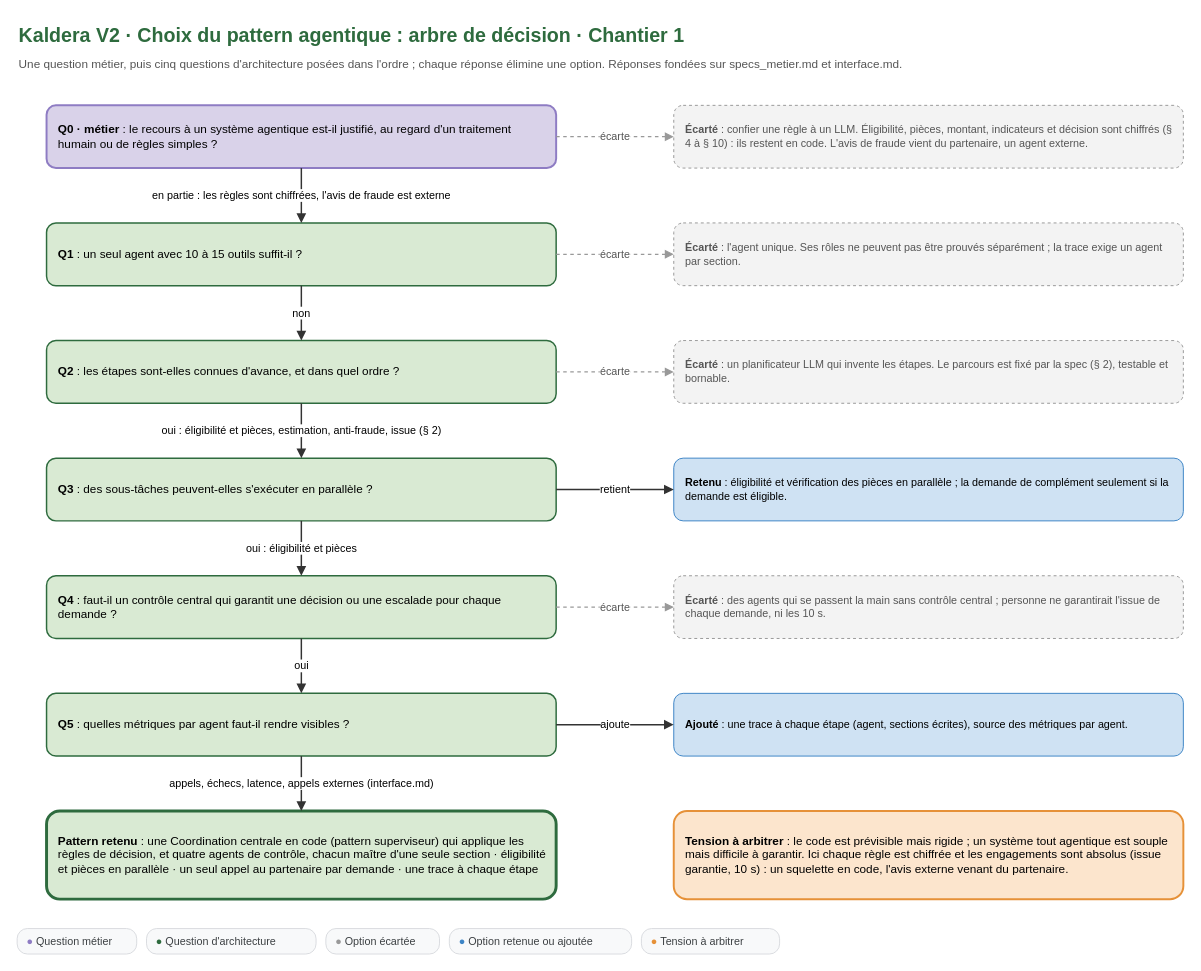
Above: conception/schemas/schema-0-arbre-de-decision.drawio in Ganda15/kaldera-bout-en-bout_v2 (draw.io), before the change. Source tidied: cells renumbered, new cells numbered last; positions are measured from the earlier drawing's top-left corner, leaving out a move shared by most shapes. Both pictures are drawn from the tidied source at 98%, with x=0, y=0 at pixel (17, 17).
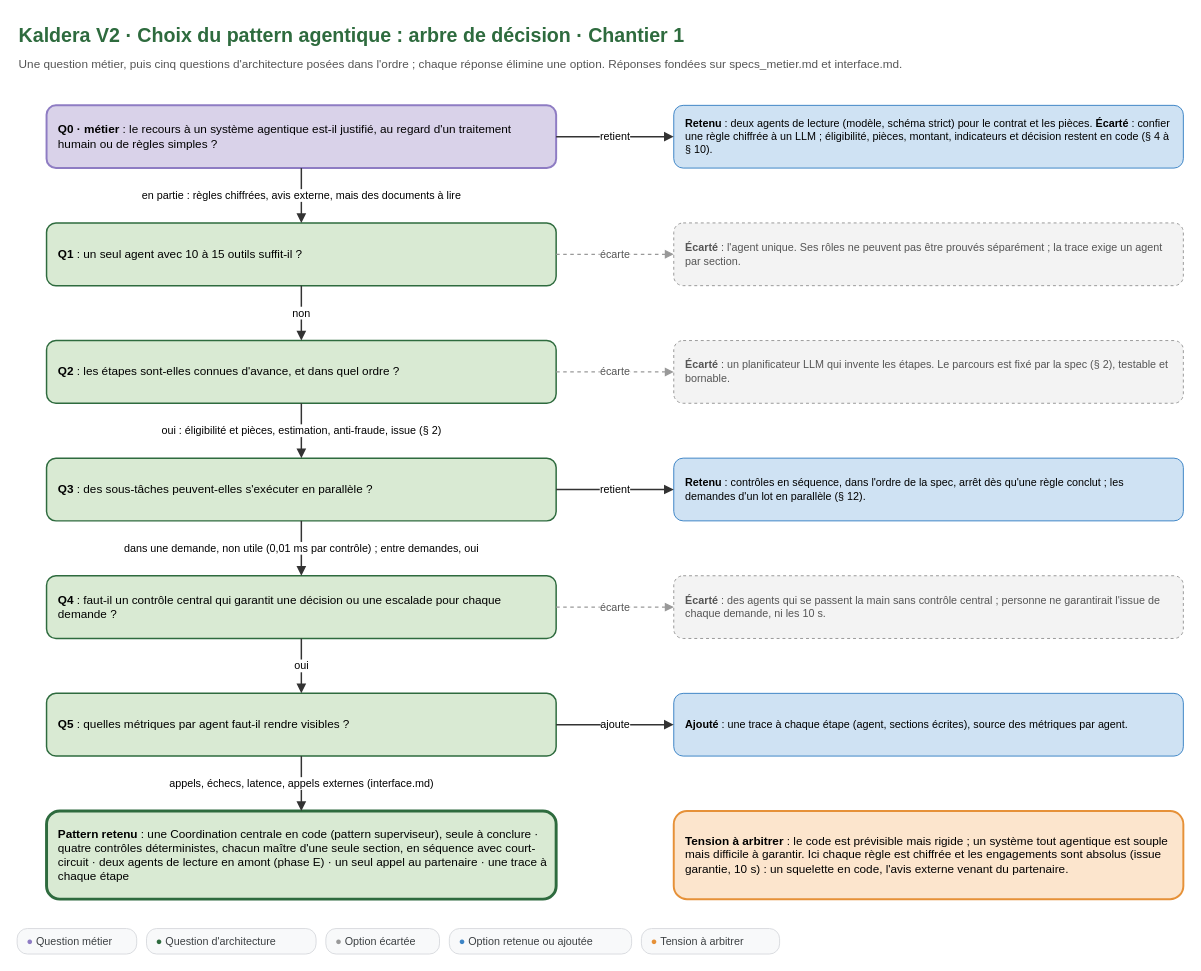
After the change.

Commit message (it also covers changes not shown here):
docs(conception): schemas 0, 2, A et E alignes sur le code, entree 4 du journal des ajustements

Unchanged cells that the change refers to:
```xml
<mxCell id="4" value="&lt;b&gt;Q0 · métier&lt;/b&gt; : le recours à un système agentique est-il justifié, au regard d'un traitement humain ou de règles simples ?" style="whiteSpace=wrap;html=1;fontFamily=Arial;fontSize=12;align=left;spacingLeft=10;spacingRight=8;verticalAlign=top;spacingTop=6;verticalAlign=middle;spacingTop=0;rounded=1;fillColor=#d9d2e9;strokeColor=#8e7cc3;strokeWidth=2;" parent="1" vertex="1">
  <mxGeometry x="30" y="90" width="520" height="64" as="geometry" />
</mxCell>
<mxCell id="7" value="&lt;b&gt;Q1&lt;/b&gt; : un seul agent avec 10 à 15 outils suffit-il ?" style="whiteSpace=wrap;html=1;fontFamily=Arial;fontSize=12;align=left;spacingLeft=10;spacingRight=8;verticalAlign=top;spacingTop=6;verticalAlign=middle;spacingTop=0;rounded=1;fillColor=#d9ead3;strokeColor=#2E6B3E;strokeWidth=1.5;" parent="1" vertex="1">
  <mxGeometry x="30" y="210" width="520" height="64" as="geometry" />
</mxCell>
<mxCell id="13" value="&lt;b&gt;Q3&lt;/b&gt; : des sous-tâches peuvent-elles s'exécuter en parallèle ?" style="whiteSpace=wrap;html=1;fontFamily=Arial;fontSize=12;align=left;spacingLeft=10;spacingRight=8;verticalAlign=top;spacingTop=6;verticalAlign=middle;spacingTop=0;rounded=1;fillColor=#d9ead3;strokeColor=#2E6B3E;strokeWidth=1.5;" parent="1" vertex="1">
  <mxGeometry x="30" y="450" width="520" height="64" as="geometry" />
</mxCell>
<mxCell id="16" value="&lt;b&gt;Q4&lt;/b&gt; : faut-il un contrôle central qui garantit une décision ou une escalade pour chaque demande ?" style="whiteSpace=wrap;html=1;fontFamily=Arial;fontSize=12;align=left;spacingLeft=10;spacingRight=8;verticalAlign=top;spacingTop=6;verticalAlign=middle;spacingTop=0;rounded=1;fillColor=#d9ead3;strokeColor=#2E6B3E;strokeWidth=1.5;" parent="1" vertex="1">
  <mxGeometry x="30" y="570" width="520" height="64" as="geometry" />
</mxCell>
```

What changed in the source:
```diff
@@
-    <mxCell id="5" value="&lt;b&gt;Écarté&lt;/b&gt; : confier une règle à un LLM. Éligibilité, pièces, montant, indicateurs et décision sont chiffrés (§ 4 à § 10) : ils restent en code. L'avis de fraude vient du partenaire, un agent externe." style="whiteSpace=wrap;html=1;fontFamily=Arial;fontSize=12;align=left;spacingLeft=10;spacingRight=8;verticalAlign=top;spacingTop=6;verticalAlign=middle;spacingTop=0;rounded=1;fillColor=#f3f3f3;strokeColor=#999999;dashed=1;fontColor=#555555;fontSize=11;" parent="1" vertex="1">
+    <mxCell id="5" value="&lt;b&gt;Retenu&lt;/b&gt; : deux agents de lecture (modèle, schéma strict) pour le contrat et les pièces. &lt;b&gt;Écarté&lt;/b&gt; : confier une règle chiffrée à un LLM ; éligibilité, pièces, montant, indicateurs et décision restent en code (§ 4 à § 10)." style="whiteSpace=wrap;html=1;fontFamily=Arial;fontSize=12;align=left;spacingLeft=10;spacingRight=8;verticalAlign=top;spacingTop=6;verticalAlign=middle;spacingTop=0;rounded=1;fillColor=#cfe2f3;strokeColor=#3d85c6;fontSize=11;" parent="1" vertex="1">
       <mxGeometry x="670" y="90" width="520" height="64" as="geometry" />
     </mxCell>
-    <mxCell id="6" value="écarte" style="edgeStyle=orthogonalEdgeStyle;rounded=1;html=1;fontFamily=Arial;fontSize=11;labelBackgroundColor=#ffffff;endArrow=block;endFill=1;dashed=1;strokeColor=#999999;strokeWidth=1.2;fontColor=#555555;exitX=1;exitY=0.5;exitDx=0;exitDy=0;entryX=0;entryY=0.5;entryDx=0;entryDy=0;" parent="1" edge="1" source="4" target="5">
+    <mxCell id="6" value="retient" style="edgeStyle=orthogonalEdgeStyle;rounded=1;html=1;fontFamily=Arial;fontSize=11;labelBackgroundColor=#ffffff;endArrow=block;endFill=1;strokeColor=#333333;strokeWidth=1.5;exitX=1;exitY=0.5;exitDx=0;exitDy=0;entryX=0;entryY=0.5;entryDx=0;entryDy=0;" parent="1" edge="1" source="4" target="5">
       <mxGeometry relative="1" as="geometry" />
     </mxCell>
@@
-    <mxCell id="14" value="&lt;b&gt;Retenu&lt;/b&gt; : éligibilité et vérification des pièces en parallèle ; la demande de complément seulement si la demande est éligible." style="whiteSpace=wrap;html=1;fontFamily=Arial;fontSize=12;align=left;spacingLeft=10;spacingRight=8;verticalAlign=top;spacingTop=6;verticalAlign=middle;spacingTop=0;rounded=1;fillColor=#cfe2f3;strokeColor=#3d85c6;fontSize=11;" parent="1" vertex="1">
+    <mxCell id="14" value="&lt;b&gt;Retenu&lt;/b&gt; : contrôles en séquence, dans l'ordre de la spec, arrêt dès qu'une règle conclut ; les demandes d'un lot en parallèle (§ 12)." style="whiteSpace=wrap;html=1;fontFamily=Arial;fontSize=12;align=left;spacingLeft=10;spacingRight=8;verticalAlign=top;spacingTop=6;verticalAlign=middle;spacingTop=0;rounded=1;fillColor=#cfe2f3;strokeColor=#3d85c6;fontSize=11;" parent="1" vertex="1">
       <mxGeometry x="670" y="450" width="520" height="64" as="geometry" />
     </mxCell>
@@
-    <mxCell id="22" value="&lt;b&gt;Pattern retenu&lt;/b&gt; : une Coordination centrale en code (pattern superviseur) qui applique les règles de décision, et quatre agents de contrôle, chacun maître d'une seule section · éligibilité et pièces en parallèle · un seul appel au partenaire par demande · une trace à chaque étape" style="whiteSpace=wrap;html=1;fontFamily=Arial;fontSize=12;align=left;spacingLeft=10;spacingRight=8;verticalAlign=top;spacingTop=6;verticalAlign=middle;spacingTop=0;rounded=1;fillColor=#d9ead3;strokeColor=#2E6B3E;strokeWidth=3;" parent="1" vertex="1">
+    <mxCell id="22" value="&lt;b&gt;Pattern retenu&lt;/b&gt; : une Coordination centrale en code (pattern superviseur), seule à conclure · quatre contrôles déterministes, chacun maître d'une seule section, en séquence avec court-circuit · deux agents de lecture en amont (phase E) · un seul appel au partenaire · une trace à chaque étape" style="whiteSpace=wrap;html=1;fontFamily=Arial;fontSize=12;align=left;spacingLeft=10;spacingRight=8;verticalAlign=top;spacingTop=6;verticalAlign=middle;spacingTop=0;rounded=1;fillColor=#d9ead3;strokeColor=#2E6B3E;strokeWidth=3;" parent="1" vertex="1">
       <mxGeometry x="30" y="810" width="520" height="90" as="geometry" />
     </mxCell>
-    <mxCell id="23" value="en partie : les règles sont chiffrées, l'avis de fraude est externe" style="edgeStyle=orthogonalEdgeStyle;rounded=1;html=1;fontFamily=Arial;fontSize=11;labelBackgroundColor=#ffffff;endArrow=block;endFill=1;strokeColor=#333333;strokeWidth=1.5;exitX=0.5;exitY=1;exitDx=0;exitDy=0;entryX=0.5;entryY=0;entryDx=0;entryDy=0;" parent="1" edge="1" source="4" target="7">
+    <mxCell id="23" value="en partie : règles chiffrées, avis externe, mais des documents à lire" style="edgeStyle=orthogonalEdgeStyle;rounded=1;html=1;fontFamily=Arial;fontSize=11;labelBackgroundColor=#ffffff;endArrow=block;endFill=1;strokeColor=#333333;strokeWidth=1.5;exitX=0.5;exitY=1;exitDx=0;exitDy=0;entryX=0.5;entryY=0;entryDx=0;entryDy=0;" parent="1" edge="1" source="4" target="7">
       <mxGeometry relative="1" as="geometry" />
     </mxCell>
@@
-    <mxCell id="26" value="oui : éligibilité et pièces" style="edgeStyle=orthogonalEdgeStyle;rounded=1;html=1;fontFamily=Arial;fontSize=11;labelBackgroundColor=#ffffff;endArrow=block;endFill=1;strokeColor=#333333;strokeWidth=1.5;exitX=0.5;exitY=1;exitDx=0;exitDy=0;entryX=0.5;entryY=0;entryDx=0;entryDy=0;" parent="1" edge="1" source="13" target="16">
+    <mxCell id="26" value="dans une demande, non utile (0,01 ms par contrôle) ; entre demandes, oui" style="edgeStyle=orthogonalEdgeStyle;rounded=1;html=1;fontFamily=Arial;fontSize=11;labelBackgroundColor=#ffffff;endArrow=block;endFill=1;strokeColor=#333333;strokeWidth=1.5;exitX=0.5;exitY=1;exitDx=0;exitDy=0;entryX=0.5;entryY=0;entryDx=0;entryDy=0;" parent="1" edge="1" source="13" target="16">
       <mxGeometry relative="1" as="geometry" />
     </mxCell>
```
